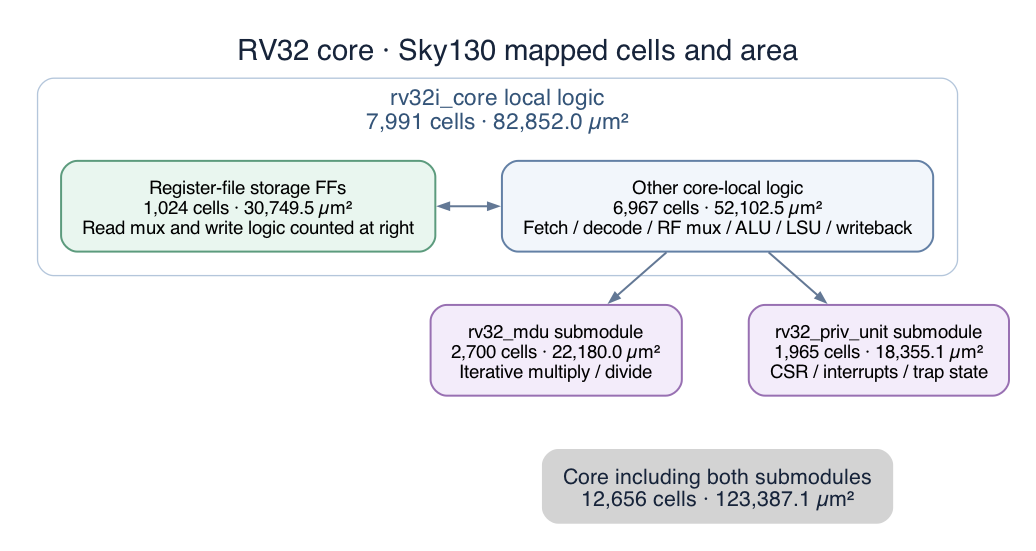
This is docs/rtl-block-diagrams/core-area.png from georgc4/rv32-linux-soc, a Graphviz export, as it was before one commit. Its source is kept beside it as docs/rtl-block-diagrams/core-area.dot.
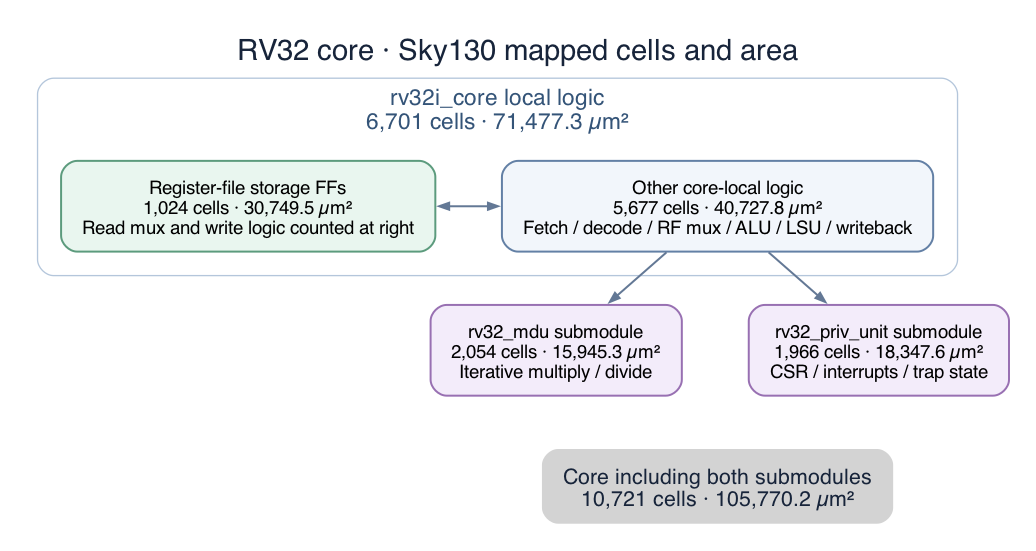
After the commit.

Change to the diagram source:
```diff
@@ -7,20 +7,20 @@
   edge [color="#637895", arrowsize=0.75, penwidth=1.5];
 
   subgraph cluster_local {
-    label="rv32i_core local logic\n7,991 cells · 82,852.0 µm²";
+    label="rv32i_core local logic\n6,701 cells · 71,477.3 µm²";
     fontname="Helvetica"; fontsize=17; fontcolor="#345478";
     color="#b4c6db"; style="rounded"; margin=18;
     reg [label="Register-file storage FFs\n1,024 cells · 30,749.5 µm²\nRead mux and write logic counted at right", fillcolor="#e9f6ef", color="#5c9b7d"];
-    other [label="Other core-local logic\n6,967 cells · 52,102.5 µm²\nFetch / decode / RF mux / ALU / LSU / writeback", fillcolor="#f2f6fb", color="#6380a5"];
+    other [label="Other core-local logic\n5,677 cells · 40,727.8 µm²\nFetch / decode / RF mux / ALU / LSU / writeback", fillcolor="#f2f6fb", color="#6380a5"];
     { rank=same; reg; other; }
     reg -> other [dir=both];
   }
-  mdu [label="rv32_mdu submodule\n2,700 cells · 22,180.0 µm²\nIterative multiply / divide", fillcolor="#f3ecfa", color="#9870b2"];
-  priv [label="rv32_priv_unit submodule\n1,965 cells · 18,355.1 µm²\nCSR / interrupts / trap state", fillcolor="#f3ecfa", color="#9870b2"];
+  mdu [label="rv32_mdu submodule\n2,054 cells · 15,945.3 µm²\nIterative multiply / divide", fillcolor="#f3ecfa", color="#9870b2"];
+  priv [label="rv32_priv_unit submodule\n1,966 cells · 18,347.6 µm²\nCSR / interrupts / trap state", fillcolor="#f3ecfa", color="#9870b2"];
   { rank=same; mdu; priv; }
   other -> mdu;
   other -> priv;
-  total [shape=plaintext, label="Core including both submodules\n12,656 cells · 123,387.1 µm²", fontcolor="#17243a", fontsize=16];
+  total [shape=plaintext, label="Core including both submodules\n10,721 cells · 105,770.2 µm²", fontcolor="#17243a", fontsize=16];
   mdu -> total [style=invis];
   priv -> total [style=invis];
 }
```
